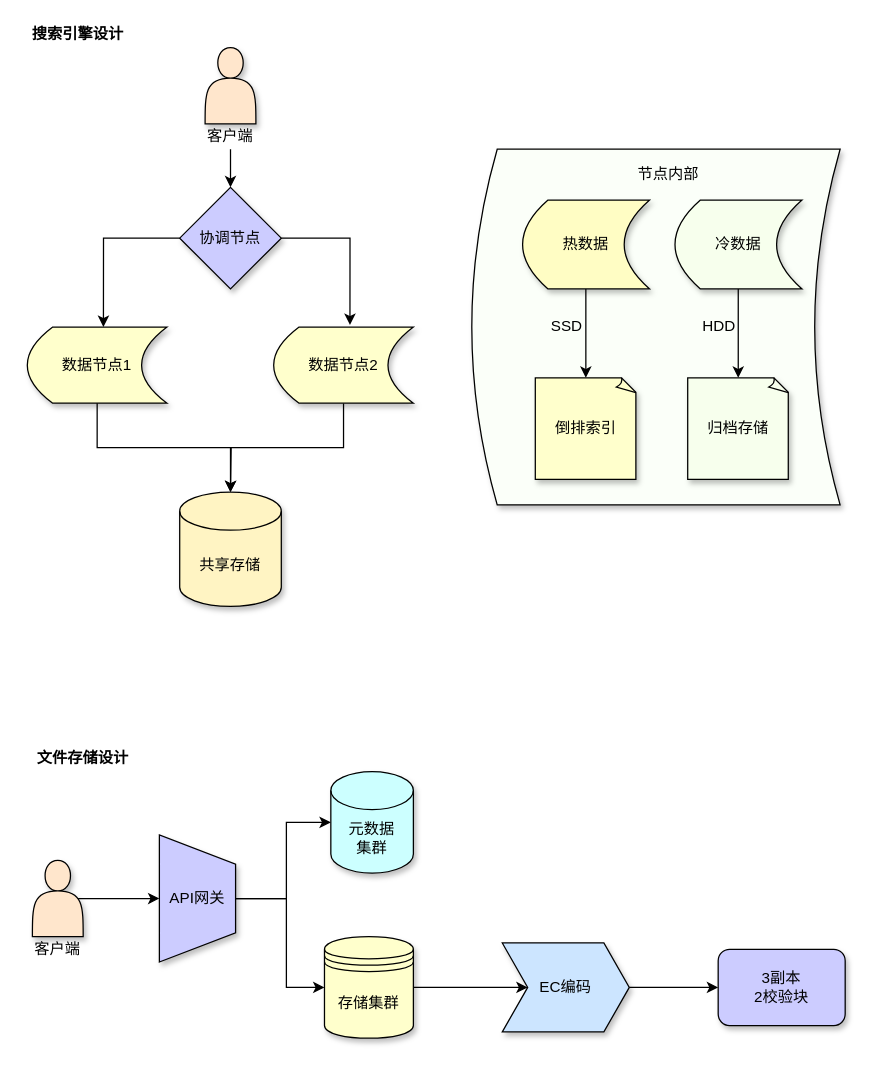
Earlier version of the draw.io diagram achitecture_diagram/数据层-组件.drawio (abigalexy/online_drawing). Source tidied: cells renumbered, new cells numbered last; positions are measured from the earlier drawing's top-left corner, leaving out a move shared by most shapes. Both pictures are drawn from the tidied source at 127%, with x=0, y=0 at pixel (27, 22).
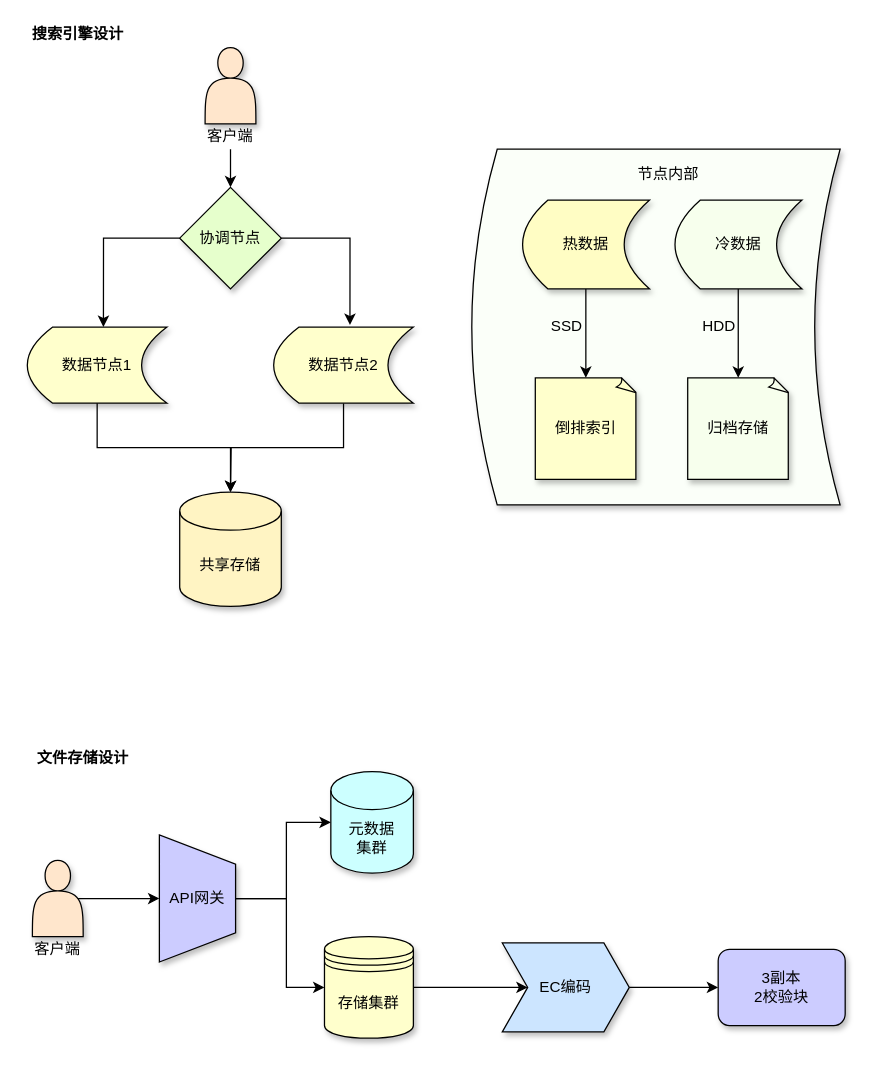
The same diagram, later.

Commit message:
更新数据层-组件.drawio

Unchanged cells that the change refers to:
```xml
<mxCell id="2" style="group;" parent="1" vertex="1">
  <mxGeometry y="20" width="304" height="440" as="geometry" />
</mxCell>
```

Change to the diagram source:
```diff
@@
-    <mxCell id="4" value="协调节点" style="rhombus;whiteSpace=wrap;html=1;fillColor=#CCCCFF;shadow=1;" parent="2" vertex="1">
+    <mxCell id="4" value="协调节点" style="rhombus;whiteSpace=wrap;html=1;fillColor=#E6FFCC;shadow=1;" parent="2" vertex="1">
       <mxGeometry x="120" y="110" width="80" height="80" as="geometry" />
     </mxCell>
```
